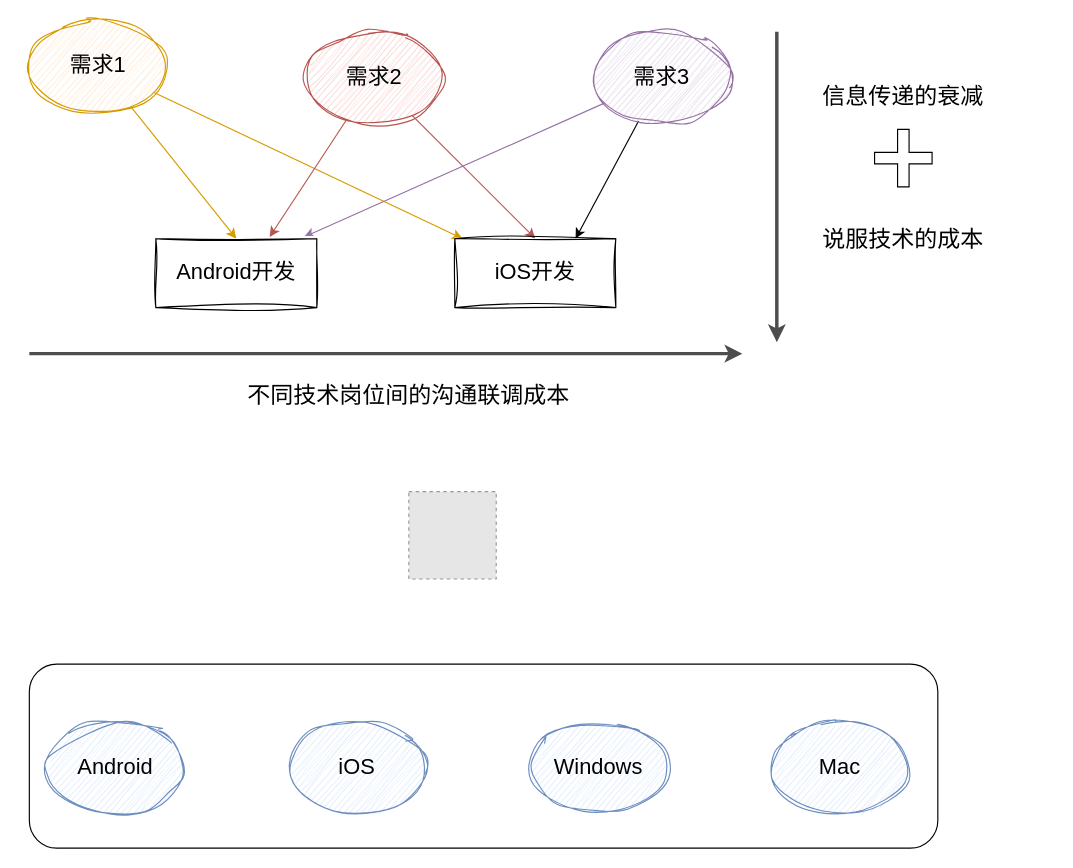
skindhu/AlphaAnimationView keeps this draw.io diagram as 未命名绘图.drawio. Above is the earlier version. Source tidied: cells renumbered, new cells numbered last; positions are measured from the earlier drawing's top-left corner, leaving out a move shared by most shapes. Both pictures are drawn from the tidied source at 115%, with x=0, y=0 at pixel (29, 20). Pictures stored in the file or linked from it are replaced by grey dashed boxes.
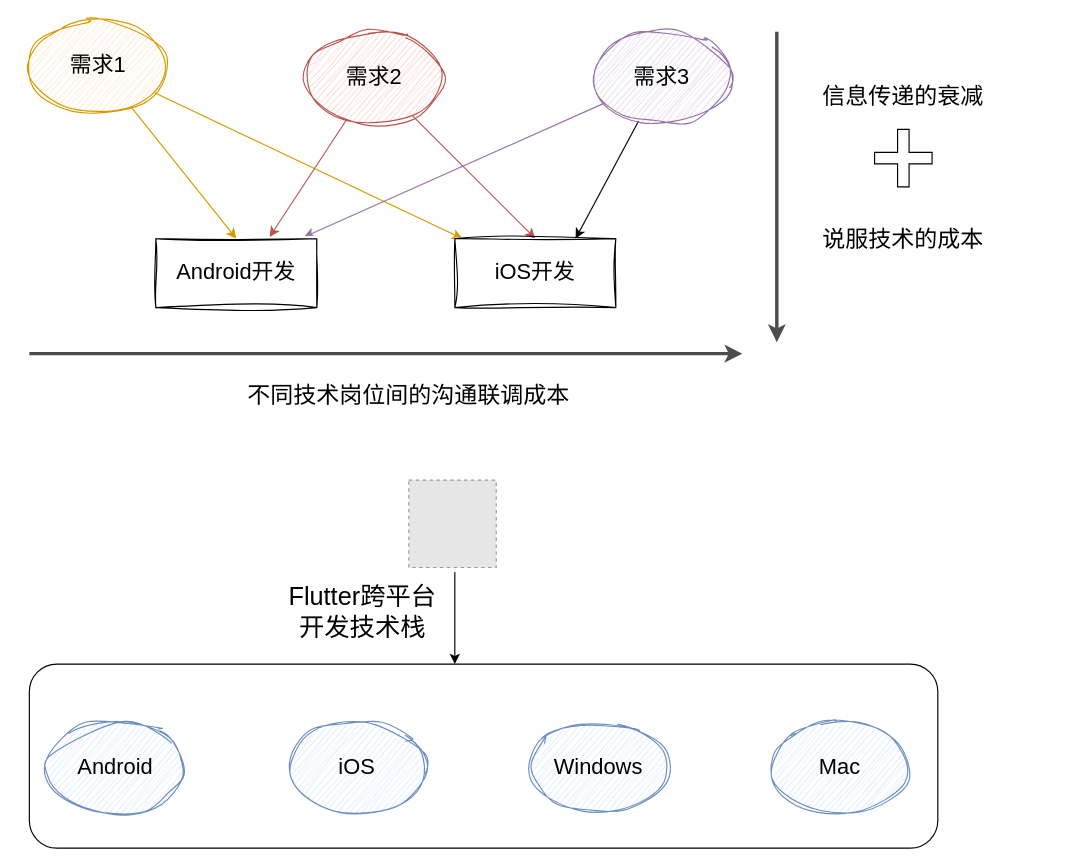
The same diagram, later.

Commit message (it also covers changes not shown here):
更新未命名绘图.drawio

The edit, as a diff of the source:
```diff
@@
     <mxCell id="24" style="fillColor=#E6E6E6;strokeColor=#999999;dashed=1;verticalLabelPosition=bottom;labelBackgroundColor=default;verticalAlign=top;" parent="1" vertex="1">
-      <mxGeometry x="330" y="410" width="76" height="76" as="geometry" />
+      <mxGeometry x="330" y="400" width="76" height="76" as="geometry" />
     </mxCell>
+    <mxCell id="25" style="endArrow=classic;html=1;rounded=0;" parent="1" edge="1">
+      <mxGeometry relative="1" as="geometry">
+        <mxPoint x="370" y="480" as="sourcePoint" />
+        <mxPoint x="370" y="560" as="targetPoint" />
+      </mxGeometry>
+    </mxCell>
+    <mxCell id="26" value="Flutter跨平台开发技术栈" style="text;html=1;strokeColor=none;fillColor=none;align=center;verticalAlign=middle;whiteSpace=wrap;rounded=0;fontSize=22;" parent="1" vertex="1">
+      <mxGeometry x="220" y="500" width="140" height="30" as="geometry" />
+    </mxCell>
```
